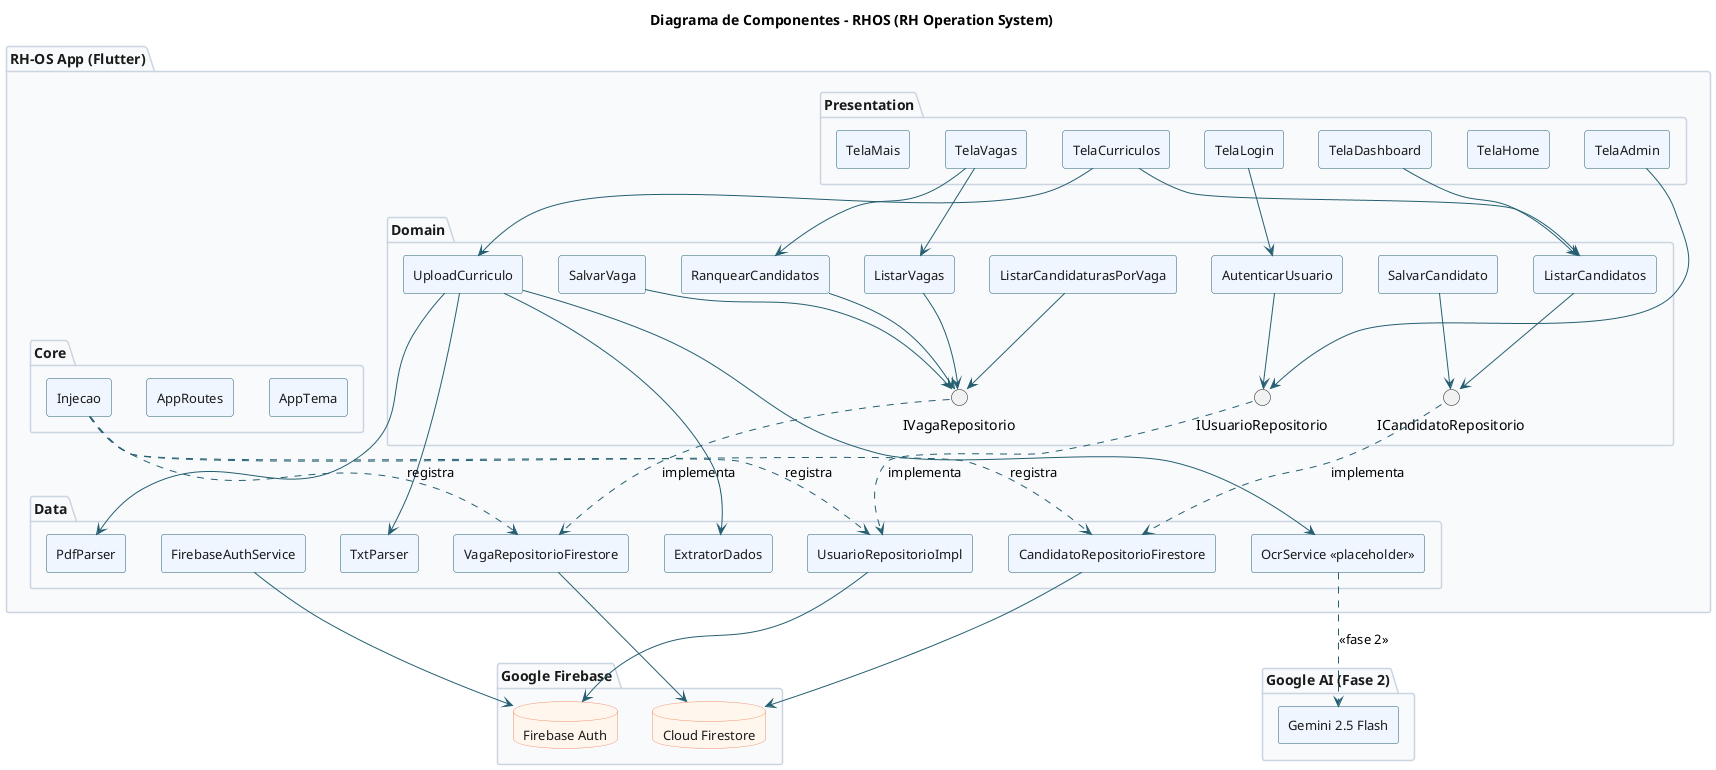
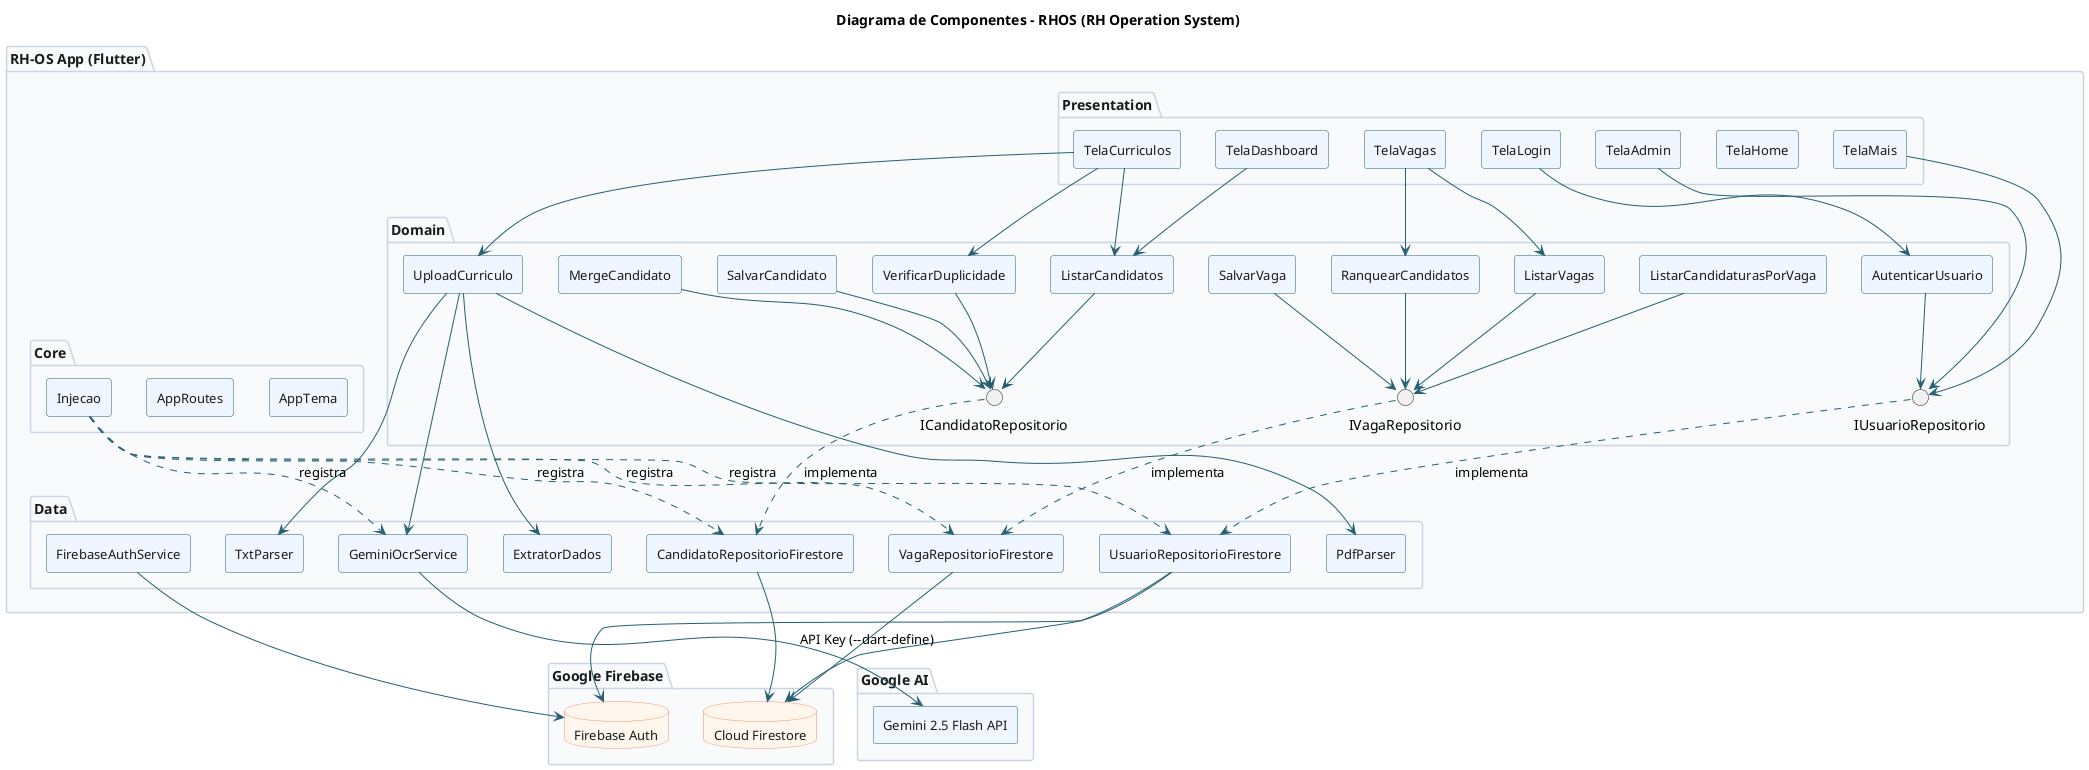
@startuml componentes

title Diagrama de Componentes – RHOS (RH Operation System)

skinparam componentStyle rectangle
skinparam backgroundColor #FFFFFF
skinparam component {
  BackgroundColor #EFF6FF
  BorderColor #255F71
  FontColor #1A1A1A
  FontSize 13
}
skinparam database {
  BackgroundColor #FFF7ED
  BorderColor #F48C68
  FontColor #1A1A1A
  FontSize 13
}
skinparam package {
  BackgroundColor #F8FAFB
  BorderColor #CBD5E1
  FontColor #1A1A1A
  FontSize 14
}
skinparam ArrowColor #255F71

' ── Flutter App ──────────────────────────────────────────────────
package "RH-OS App (Flutter)" {

  package "Presentation" {
    [TelaLogin]         as TL
    [TelaHome]          as TH
    [TelaCurriculos]    as TC
    [TelaVagas]         as TV
    [TelaDashboard]     as TD
    [TelaAdmin]         as TA
    [TelaMais]          as TM
  }

  package "Domain" {
    [AutenticarUsuario]         as AU
    [ListarCandidatos]          as LC
    [SalvarCandidato]           as SC
    [UploadCurriculo]           as UC
    [RanquearCandidatos]        as RC
    [ListarVagas]               as LV
    [SalvarVaga]                as SV
+     [VerificarDuplicidade]      as VD
+     [MergeCandidato]            as MC
    [ListarCandidaturasPorVaga] as LCP

    interface ICandidatoRepositorio as IC
    interface IVagaRepositorio      as IV
    interface IUsuarioRepositorio   as IU
  }

  package "Data" {
-     [FirebaseAuthService]           as FAS
-     [CandidatoRepositorioFirestore] as CRF
-     [VagaRepositorioFirestore]      as VRF
-     [UsuarioRepositorioImpl]        as URI
-     [PdfParser]                     as PP
-     [TxtParser]                     as TP
-     [ExtratorDados]                 as ED
-     [OcrService <<placeholder>>]    as OCR
+     [FirebaseAuthService]              as FAS
+     [CandidatoRepositorioFirestore]    as CRF
+     [VagaRepositorioFirestore]         as VRF
+     [UsuarioRepositorioFirestore]      as URF
+     [PdfParser]                        as PP
+     [TxtParser]                        as TP
+     [ExtratorDados]                    as ED
+     [GeminiOcrService]                 as GEM
  }

  package "Core" {
    [AppTema]    as AT
    [AppRoutes]  as AR
    [Injecao]    as IN
  }
}

' ── Firebase ─────────────────────────────────────────────────────
package "Google Firebase" {
  database "Firebase Auth"    as FA
  database "Cloud Firestore"  as CF
}

' ── Google AI ────────────────────────────────────────────────────
- package "Google AI (Fase 2)" {
-   [Gemini 2.5 Flash] as GEM
+ package "Google AI" {
+   [Gemini 2.5 Flash API] as GAPI
}

' ── Presentation → Domain ────────────────────────────────────────
TL  --> AU
TC  --> LC
TC  --> UC
+ TC  --> VD
TV  --> RC
TV  --> LV
TD  --> LC
TA  --> IU
+ TM  --> IU

' ── Domain → Interfaces ──────────────────────────────────────────
AU  --> IU
LC  --> IC
SC  --> IC
+ VD  --> IC
+ MC  --> IC
RC  --> IV
LV  --> IV
SV  --> IV
LCP --> IV

' ── Interfaces → Implementações ─────────────────────────────────
- IU  ..> URI : implementa
+ IU  ..> URF : implementa
IC  ..> CRF : implementa
IV  ..> VRF : implementa

' ── Implementações → Firebase ────────────────────────────────────
FAS --> FA
- URI --> FA
+ URF --> FA
+ URF --> CF
CRF --> CF
VRF --> CF

' ── Upload pipeline ──────────────────────────────────────────────
UC  --> PP
UC  --> TP
UC  --> ED
- UC  --> OCR
- OCR ..> GEM : <<fase 2>>
+ UC  --> GEM
+ GEM --> GAPI : API Key (--dart-define)

' ── Core ─────────────────────────────────────────────────────────
IN  ..> CRF : registra
IN  ..> VRF : registra
- IN  ..> URI : registra
+ IN  ..> URF : registra
+ IN  ..> GEM : registra

@enduml
